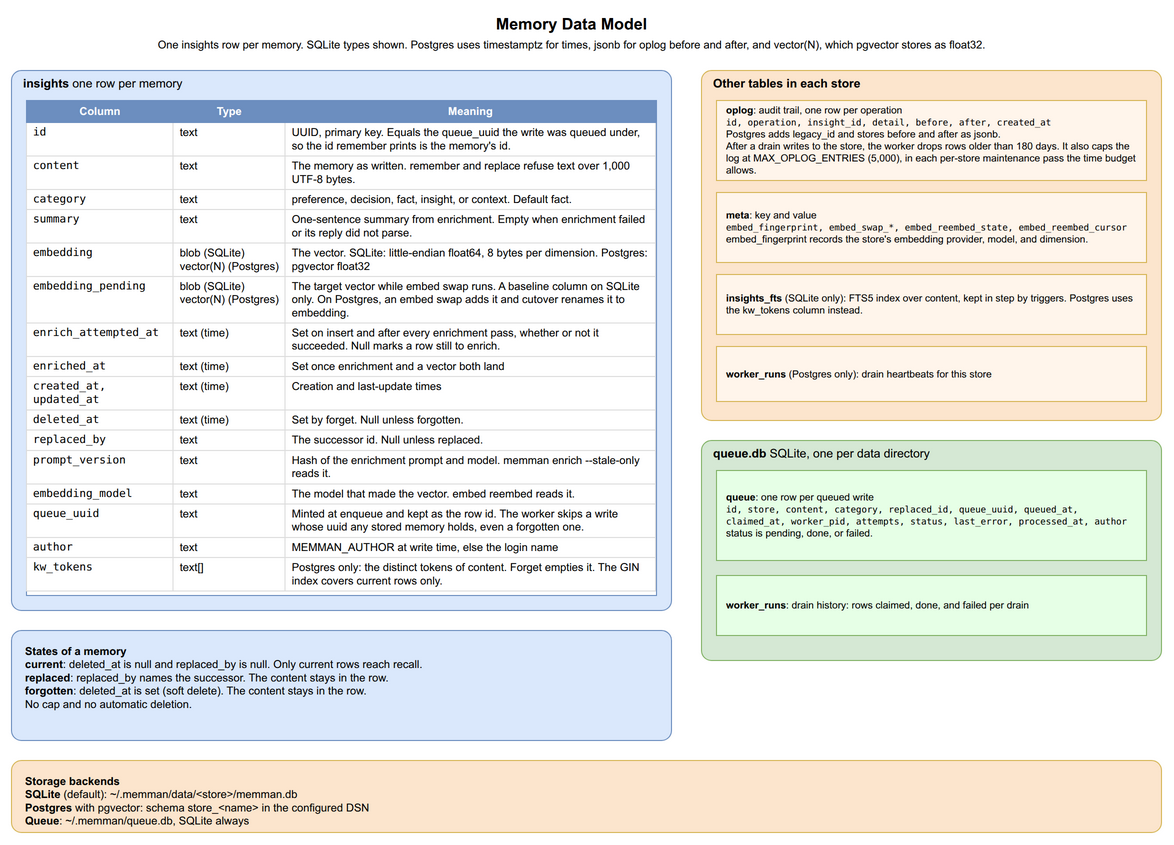
Above: docs/diagrams/03-insight-datamodel.drawio.png in bissli/memman (draw.io), before the change. Source tidied: cells renumbered, new cells last; positions are measured from the earlier drawing's top-left corner, leaving out a move shared by most shapes.
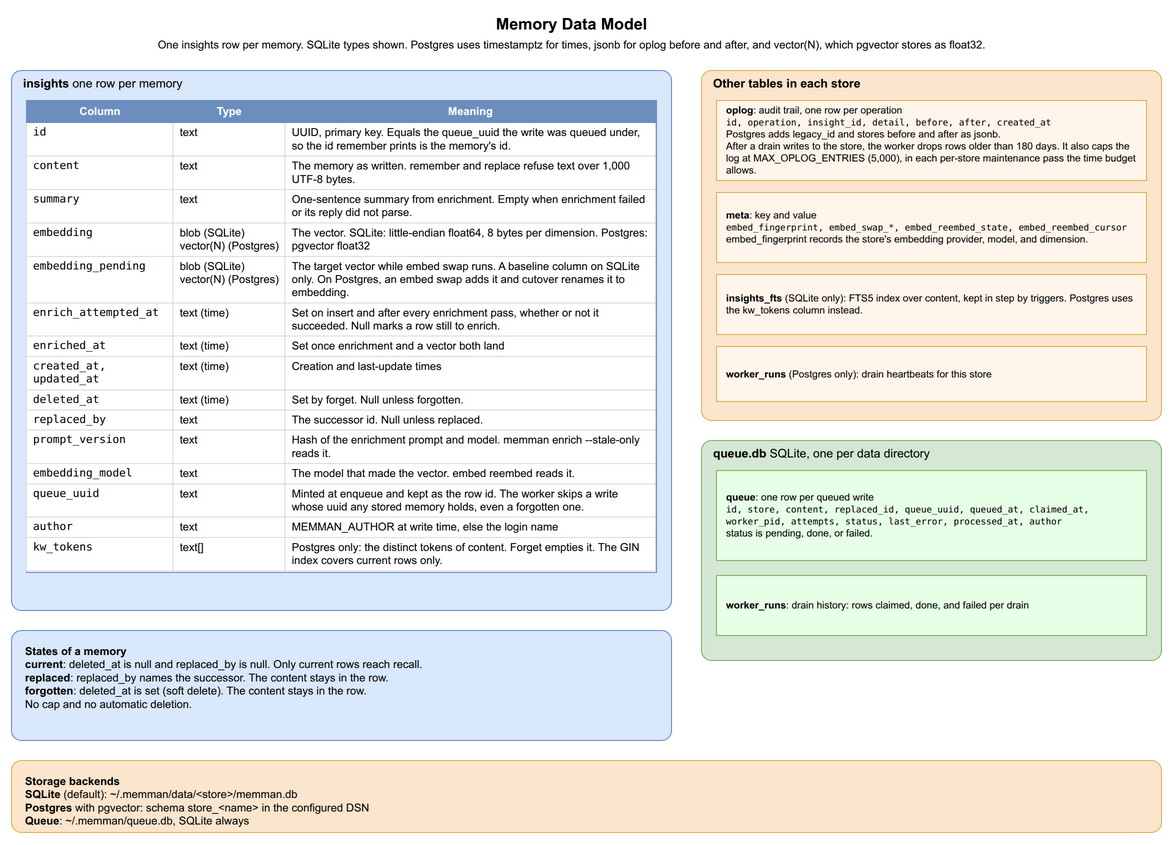
The same diagram one commit later.

Commit message:
Clean up after the category removal and delete the experiments tree

What changed in the source:
```diff
@@ -8,8 +8,8 @@
     <mxCell id="3" value="&lt;b&gt;insights&lt;/b&gt;  one row per memory" style="rounded=1;absoluteArcSize=1;arcSize=20;whiteSpace=wrap;html=1;fillColor=#dae8fc;strokeColor=#6c8ebf;verticalAlign=top;align=left;spacingLeft=10;fontSize=12;" parent="1" vertex="1">
       <mxGeometry y="60" width="660" height="540" as="geometry" />
     </mxCell>
-    <mxCell id="4" value="&lt;table style=&quot;font-size:11px; border-collapse:collapse; width:100%&quot;&gt;&lt;tr style=&quot;background:#6c8ebf; color:white; font-weight:bold;&quot;&gt;&lt;td style=&quot;padding:4px 6px; border:1px solid #6c8ebf;&quot;&gt;Column&lt;/td&gt;&lt;td style=&quot;padding:4px 6px; border:1px solid #6c8ebf;&quot;&gt;Type&lt;/td&gt;&lt;td style=&quot;padding:4px 6px; border:1px solid #6c8ebf;&quot;&gt;Meaning&lt;/td&gt;&lt;/tr&gt;&lt;tr&gt;&lt;td style=&quot;padding:3px 6px; border:1px solid #ddd; vertical-align:top; text-align:left; font-family:monospace;&quot;&gt;id&lt;/td&gt;&lt;td style=&quot;padding:3px 6px; border:1px solid #ddd; vertical-align:top; text-align:left; white-space:nowrap;&quot;&gt;text&lt;/td&gt;&lt;td style=&quot;padding:3px 6px; border:1px solid #ddd; vertical-align:top; text-align:left;&quot;&gt;UUID, primary key. Equals the queue_uuid the write was queued under, so the id remember prints is the memory's id.&lt;/td&gt;&lt;/tr&gt;&lt;tr&gt;&lt;td style=&quot;padding:3px 6px; border:1px solid #ddd; vertical-align:top; text-align:left; font-family:monospace;&quot;&gt;content&lt;/td&gt;&lt;td style=&quot;padding:3px 6px; border:1px solid #ddd; vertical-align:top; text-align:left; white-space:nowrap;&quot;&gt;text&lt;/td&gt;&lt;td style=&quot;padding:3px 6px; border:1px solid #ddd; vertical-align:top; text-align:left;&quot;&gt;The memory as written. remember and replace refuse text over 1,000 UTF-8 bytes.&lt;/td&gt;&lt;/tr&gt;&lt;tr&gt;&lt;td style=&quot;padding:3px 6px; border:1px solid #ddd; vertical-align:top; text-align:left; font-family:monospace;&quot;&gt;category&lt;/td&gt;&lt;td style=&quot;padding:3px 6px; border:1px solid #ddd; vertical-align:top; text-align:left; white-space:nowrap;&quot;&gt;text&lt;/td&gt;&lt;td style=&quot;padding:3px 6px; border:1px solid #ddd; vertical-align:top; text-align:left;&quot;&gt;preference, decision, fact, insight, or context. Default fact.&lt;/td&gt;&lt;/tr&gt;&lt;tr&gt;&lt;td style=&quot;padding:3px 6px; border:1px solid #ddd; vertical-align:top; text-align:left; font-family:monospace;&quot;&gt;summary&lt;/td&gt;&lt;td style=&quot;padding:3px 6px; border:1px solid #ddd; vertical-align:top; text-align:left; white-space:nowrap;&quot;&gt;text&lt;/td&gt;&lt;td style=&quot;padding:3px 6px; border:1px solid #ddd; vertical-align:top; text-align:left;&quot;&gt;One-sentence summary from enrichment. Empty when enrichment failed or its reply did not parse.&lt;/td&gt;&lt;/tr&gt;&lt;tr&gt;&lt;td style=&quot;padding:3px 6px; border:1px solid #ddd; vertical-align:top; text-align:left; font-family:monospace;&quot;&gt;embedding&lt;/td&gt;&lt;td style=&quot;padding:3px 6px; border:1px solid #ddd; vertical-align:top; text-align:left; white-space:nowrap;&quot;&gt;blob (SQLite)&lt;br&gt;vector(N) (Postgres)&lt;/td&gt;&lt;td style=&quot;padding:3px 6px; border:1px solid #ddd; vertical-align:top; text-align:left;&quot;&gt;The vector. SQLite: little-endian float64, 8 bytes per dimension. Postgres: pgvector float32&lt;/td&gt;&lt;/tr&gt;&lt;tr&gt;&lt;td style=&quot;padding:3px 6px; border:1px solid #ddd; vertical-align:top; text-align:left; font-family:monospace;&quot;&gt;embedding_pending&lt;/td&gt;&lt;td style=&quot;padding:3px 6px; border:1px solid #ddd; vertical-align:top; text-align:left; white-space:nowrap;&quot;&gt;blob (SQLite)&lt;br&gt;vector(N) (Postgres)&lt;/td&gt;&lt;td style=&quot;padding:3px 6px; border:1px solid #ddd; vertical-align:top; text-align:left;&quot;&gt;The target vector while embed swap runs. A baseline column on SQLite only. On Postgres, an embed swap adds it and cutover renames it to embedding.&lt;/td&gt;&lt;/tr&gt;&lt;tr&gt;&lt;td style=&quot;padding:3px 6px; border:1px solid #ddd; vertical-align:top; text-align:left; font-family:monospace;&quot;&gt;enrich_attempted_at&lt;/td&gt;&lt;td style=&quot;padding:3px 6px; border:1px solid #ddd; vertical-align:top; text-align:left; white-space:nowrap;&quot;&gt;text (time)&lt;/td&gt;&lt;td style=&quot;padding:3px 6px; border:1px solid #ddd; vertical-align:top; text-align:left;&quot;&gt;Set on insert and after every enrichment pass, whether or not it succeeded. Null marks a row still to enrich.&lt;/td&gt;&lt;/tr&gt;&lt;tr&gt;&lt;td style=&quot;padding:3px 6px; border:1px solid #ddd; vertical-align:top; text-align:left; font-family:monospace;&quot;&gt;enriched_at&lt;/td&gt;&lt;td style=&quot;padding:3px 6px; border:1px solid #ddd; vertical-align:top; text-align:left; white-space:nowrap;&quot;&gt;text (time)&lt;/td&gt;&lt;td style=&quot;padding:3px 6px; border:1px solid #ddd; vertical-align:top; text-align:left;&quot;&gt;Set once enrichment and a vector both land&lt;/td&gt;&lt;/tr&gt;&lt;tr&gt;&lt;td style=&quot;padding:3px 6px; border:1px solid #ddd; vertical-align:top; text-align:left; font-family:monospace;&quot;&gt;created_at, updated_at&lt;/td&gt;&lt;td style=&quot;padding:3px 6px; border:1px solid #ddd; vertical-align:top; text-align:left; white-space:nowrap;&quot;&gt;text (time)&lt;/td&gt;&lt;td style=&quot;padding:3px 6px; border:1px solid #ddd; vertical-align:top; text-align:left;&quot;&gt;Creation and last-update times&lt;/td&gt;&lt;/tr&gt;&lt;tr&gt;&lt;td style=&quot;padding:3px 6px; border:1px solid #ddd; vertical-align:top; text-align:left; font-family:monospace;&quot;&gt;deleted_at&lt;/td&gt;&lt;td style=&quot;padding:3px 6px; border:1px solid #ddd; vertical-align:top; text-align:left; white-space:nowrap;&quot;&gt;text (time)&lt;/td&gt;&lt;td style=&quot;padding:3px 6px; border:1px solid #ddd; vertical-align:top; text-align:left;&quot;&gt;Set by forget. Null unless forgotten.&lt;/td&gt;&lt;/tr&gt;&lt;tr&gt;&lt;td style=&quot;padding:3px 6px; border:1px solid #ddd; vertical-align:top; text-align:left; font-family:monospace;&quot;&gt;replaced_by&lt;/td&gt;&lt;td style=&quot;padding:3px 6px; border:1px solid #ddd; vertical-align:top; text-align:left; white-space:nowrap;&quot;&gt;text&lt;/td&gt;&lt;td style=&quot;padding:3px 6px; border:1px solid #ddd; vertical-align:top; text-align:left;&quot;&gt;The successor id. Null unless replaced.&lt;/td&gt;&lt;/tr&gt;&lt;tr&gt;&lt;td style=&quot;padding:3px 6px; border:1px solid #ddd; vertical-align:top; text-align:left; font-family:monospace;&quot;&gt;prompt_version&lt;/td&gt;&lt;td style=&quot;padding:3px 6px; border:1px solid #ddd; vertical-align:top; text-align:left; white-space:nowrap;&quot;&gt;text&lt;/td&gt;&lt;td style=&quot;padding:3px 6px; border:1px solid #ddd; vertical-align:top; text-align:left;&quot;&gt;Hash of the enrichment prompt and model. memman enrich --stale-only reads it.&lt;/td&gt;&lt;/tr&gt;&lt;tr&gt;&lt;td style=&quot;padding:3px 6px; border:1px solid #ddd; vertical-align:top; text-align:left; font-family:monospace;&quot;&gt;embedding_model&lt;/td&gt;&lt;td style=&quot;padding:3px 6px; border:1px solid #ddd; vertical-align:top; text-align:left; white-space:nowrap;&quot;&gt;text&lt;/td&gt;&lt;td style=&quot;padding:3px 6px; border:1px solid #ddd; vertical-align:top; text-align:left;&quot;&gt;The model that made the vector. embed reembed reads it.&lt;/td&gt;&lt;/tr&gt;&lt;tr&gt;&lt;td style=&quot;padding:3px 6px; border:1px solid #ddd; vertical-align:top; text-align:left; font-family:monospace;&quot;&gt;queue_uuid&lt;/td&gt;&lt;td style=&quot;padding:3px 6px; border:1px solid #ddd; vertical-align:top; text-align:left; white-space:nowrap;&quot;&gt;text&lt;/td&gt;&lt;td style=&quot;padding:3px 6px; border:1px solid #ddd; vertical-align:top; text-align:left;&quot;&gt;Minted at enqueue and kept as the row id. The worker skips a write whose uuid any stored memory holds, even a forgotten one.&lt;/td&gt;&lt;/tr&gt;&lt;tr&gt;&lt;td style=&quot;padding:3px 6px; border:1px solid #ddd; vertical-align:top; text-align:left; font-family:monospace;&quot;&gt;author&lt;/td&gt;&lt;td style=&quot;padding:3px 6px; border:1px solid #ddd; vertical-align:top; text-align:left; white-space:nowrap;&quot;&gt;text&lt;/td&gt;&lt;td style=&quot;padding:3px 6px; border:1px solid #ddd; vertical-align:top; text-align:left;&quot;&gt;MEMMAN_AUTHOR at write time, else the login name&lt;/td&gt;&lt;/tr&gt;&lt;tr&gt;&lt;td style=&quot;padding:3px 6px; border:1px solid #ddd; vertical-align:top; text-align:left; font-family:monospace;&quot;&gt;kw_tokens&lt;/td&gt;&lt;td style=&quot;padding:3px 6px; border:1px solid #ddd; vertical-align:top; text-align:left; white-space:nowrap;&quot;&gt;text[]&lt;/td&gt;&lt;td style=&quot;padding:3px 6px; border:1px solid #ddd; vertical-align:top; text-align:left;&quot;&gt;Postgres only: the distinct tokens of content. Forget empties it. The GIN index covers current rows only.&lt;/td&gt;&lt;/tr&gt;&lt;/table&gt;" style="rounded=0;whiteSpace=wrap;html=1;overflow=fill;fillColor=#ffffff;strokeColor=#6c8ebf;verticalAlign=top;" parent="1" vertex="1">
-      <mxGeometry x="15" y="90" width="630" height="495" as="geometry" />
+    <mxCell id="4" value="&lt;table style=&quot;font-size:11px; border-collapse:collapse; width:100%&quot;&gt;&lt;tr style=&quot;background:#6c8ebf; color:white; font-weight:bold;&quot;&gt;&lt;td style=&quot;padding:4px 6px; border:1px solid #6c8ebf;&quot;&gt;Column&lt;/td&gt;&lt;td style=&quot;padding:4px 6px; border:1px solid #6c8ebf;&quot;&gt;Type&lt;/td&gt;&lt;td style=&quot;padding:4px 6px; border:1px solid #6c8ebf;&quot;&gt;Meaning&lt;/td&gt;&lt;/tr&gt;&lt;tr&gt;&lt;td style=&quot;padding:3px 6px; border:1px solid #ddd; vertical-align:top; text-align:left; font-family:monospace;&quot;&gt;id&lt;/td&gt;&lt;td style=&quot;padding:3px 6px; border:1px solid #ddd; vertical-align:top; text-align:left; white-space:nowrap;&quot;&gt;text&lt;/td&gt;&lt;td style=&quot;padding:3px 6px; border:1px solid #ddd; vertical-align:top; text-align:left;&quot;&gt;UUID, primary key. Equals the queue_uuid the write was queued under, so the id remember prints is the memory's id.&lt;/td&gt;&lt;/tr&gt;&lt;tr&gt;&lt;td style=&quot;padding:3px 6px; border:1px solid #ddd; vertical-align:top; text-align:left; font-family:monospace;&quot;&gt;content&lt;/td&gt;&lt;td style=&quot;padding:3px 6px; border:1px solid #ddd; vertical-align:top; text-align:left; white-space:nowrap;&quot;&gt;text&lt;/td&gt;&lt;td style=&quot;padding:3px 6px; border:1px solid #ddd; vertical-align:top; text-align:left;&quot;&gt;The memory as written. remember and replace refuse text over 1,000 UTF-8 bytes.&lt;/td&gt;&lt;/tr&gt;&lt;tr&gt;&lt;td style=&quot;padding:3px 6px; border:1px solid #ddd; vertical-align:top; text-align:left; font-family:monospace;&quot;&gt;summary&lt;/td&gt;&lt;td style=&quot;padding:3px 6px; border:1px solid #ddd; vertical-align:top; text-align:left; white-space:nowrap;&quot;&gt;text&lt;/td&gt;&lt;td style=&quot;padding:3px 6px; border:1px solid #ddd; vertical-align:top; text-align:left;&quot;&gt;One-sentence summary from enrichment. Empty when enrichment failed or its reply did not parse.&lt;/td&gt;&lt;/tr&gt;&lt;tr&gt;&lt;td style=&quot;padding:3px 6px; border:1px solid #ddd; vertical-align:top; text-align:left; font-family:monospace;&quot;&gt;embedding&lt;/td&gt;&lt;td style=&quot;padding:3px 6px; border:1px solid #ddd; vertical-align:top; text-align:left; white-space:nowrap;&quot;&gt;blob (SQLite)&lt;br&gt;vector(N) (Postgres)&lt;/td&gt;&lt;td style=&quot;padding:3px 6px; border:1px solid #ddd; vertical-align:top; text-align:left;&quot;&gt;The vector. SQLite: little-endian float64, 8 bytes per dimension. Postgres: pgvector float32&lt;/td&gt;&lt;/tr&gt;&lt;tr&gt;&lt;td style=&quot;padding:3px 6px; border:1px solid #ddd; vertical-align:top; text-align:left; font-family:monospace;&quot;&gt;embedding_pending&lt;/td&gt;&lt;td style=&quot;padding:3px 6px; border:1px solid #ddd; vertical-align:top; text-align:left; white-space:nowrap;&quot;&gt;blob (SQLite)&lt;br&gt;vector(N) (Postgres)&lt;/td&gt;&lt;td style=&quot;padding:3px 6px; border:1px solid #ddd; vertical-align:top; text-align:left;&quot;&gt;The target vector while embed swap runs. A baseline column on SQLite only. On Postgres, an embed swap adds it and cutover renames it to embedding.&lt;/td&gt;&lt;/tr&gt;&lt;tr&gt;&lt;td style=&quot;padding:3px 6px; border:1px solid #ddd; vertical-align:top; text-align:left; font-family:monospace;&quot;&gt;enrich_attempted_at&lt;/td&gt;&lt;td style=&quot;padding:3px 6px; border:1px solid #ddd; vertical-align:top; text-align:left; white-space:nowrap;&quot;&gt;text (time)&lt;/td&gt;&lt;td style=&quot;padding:3px 6px; border:1px solid #ddd; vertical-align:top; text-align:left;&quot;&gt;Set on insert and after every enrichment pass, whether or not it succeeded. Null marks a row still to enrich.&lt;/td&gt;&lt;/tr&gt;&lt;tr&gt;&lt;td style=&quot;padding:3px 6px; border:1px solid #ddd; vertical-align:top; text-align:left; font-family:monospace;&quot;&gt;enriched_at&lt;/td&gt;&lt;td style=&quot;padding:3px 6px; border:1px solid #ddd; vertical-align:top; text-align:left; white-space:nowrap;&quot;&gt;text (time)&lt;/td&gt;&lt;td style=&quot;padding:3px 6px; border:1px solid #ddd; vertical-align:top; text-align:left;&quot;&gt;Set once enrichment and a vector both land&lt;/td&gt;&lt;/tr&gt;&lt;tr&gt;&lt;td style=&quot;padding:3px 6px; border:1px solid #ddd; vertical-align:top; text-align:left; font-family:monospace;&quot;&gt;created_at, updated_at&lt;/td&gt;&lt;td style=&quot;padding:3px 6px; border:1px solid #ddd; vertical-align:top; text-align:left; white-space:nowrap;&quot;&gt;text (time)&lt;/td&gt;&lt;td style=&quot;padding:3px 6px; border:1px solid #ddd; vertical-align:top; text-align:left;&quot;&gt;Creation and last-update times&lt;/td&gt;&lt;/tr&gt;&lt;tr&gt;&lt;td style=&quot;padding:3px 6px; border:1px solid #ddd; vertical-align:top; text-align:left; font-family:monospace;&quot;&gt;deleted_at&lt;/td&gt;&lt;td style=&quot;padding:3px 6px; border:1px solid #ddd; vertical-align:top; text-align:left; white-space:nowrap;&quot;&gt;text (time)&lt;/td&gt;&lt;td style=&quot;padding:3px 6px; border:1px solid #ddd; vertical-align:top; text-align:left;&quot;&gt;Set by forget. Null unless forgotten.&lt;/td&gt;&lt;/tr&gt;&lt;tr&gt;&lt;td style=&quot;padding:3px 6px; border:1px solid #ddd; vertical-align:top; text-align:left; font-family:monospace;&quot;&gt;replaced_by&lt;/td&gt;&lt;td style=&quot;padding:3px 6px; border:1px solid #ddd; vertical-align:top; text-align:left; white-space:nowrap;&quot;&gt;text&lt;/td&gt;&lt;td style=&quot;padding:3px 6px; border:1px solid #ddd; vertical-align:top; text-align:left;&quot;&gt;The successor id. Null unless replaced.&lt;/td&gt;&lt;/tr&gt;&lt;tr&gt;&lt;td style=&quot;padding:3px 6px; border:1px solid #ddd; vertical-align:top; text-align:left; font-family:monospace;&quot;&gt;prompt_version&lt;/td&gt;&lt;td style=&quot;padding:3px 6px; border:1px solid #ddd; vertical-align:top; text-align:left; white-space:nowrap;&quot;&gt;text&lt;/td&gt;&lt;td style=&quot;padding:3px 6px; border:1px solid #ddd; vertical-align:top; text-align:left;&quot;&gt;Hash of the enrichment prompt and model. memman enrich --stale-only reads it.&lt;/td&gt;&lt;/tr&gt;&lt;tr&gt;&lt;td style=&quot;padding:3px 6px; border:1px solid #ddd; vertical-align:top; text-align:left; font-family:monospace;&quot;&gt;embedding_model&lt;/td&gt;&lt;td style=&quot;padding:3px 6px; border:1px solid #ddd; vertical-align:top; text-align:left; white-space:nowrap;&quot;&gt;text&lt;/td&gt;&lt;td style=&quot;padding:3px 6px; border:1px solid #ddd; vertical-align:top; text-align:left;&quot;&gt;The model that made the vector. embed reembed reads it.&lt;/td&gt;&lt;/tr&gt;&lt;tr&gt;&lt;td style=&quot;padding:3px 6px; border:1px solid #ddd; vertical-align:top; text-align:left; font-family:monospace;&quot;&gt;queue_uuid&lt;/td&gt;&lt;td style=&quot;padding:3px 6px; border:1px solid #ddd; vertical-align:top; text-align:left; white-space:nowrap;&quot;&gt;text&lt;/td&gt;&lt;td style=&quot;padding:3px 6px; border:1px solid #ddd; vertical-align:top; text-align:left;&quot;&gt;Minted at enqueue and kept as the row id. The worker skips a write whose uuid any stored memory holds, even a forgotten one.&lt;/td&gt;&lt;/tr&gt;&lt;tr&gt;&lt;td style=&quot;padding:3px 6px; border:1px solid #ddd; vertical-align:top; text-align:left; font-family:monospace;&quot;&gt;author&lt;/td&gt;&lt;td style=&quot;padding:3px 6px; border:1px solid #ddd; vertical-align:top; text-align:left; white-space:nowrap;&quot;&gt;text&lt;/td&gt;&lt;td style=&quot;padding:3px 6px; border:1px solid #ddd; vertical-align:top; text-align:left;&quot;&gt;MEMMAN_AUTHOR at write time, else the login name&lt;/td&gt;&lt;/tr&gt;&lt;tr&gt;&lt;td style=&quot;padding:3px 6px; border:1px solid #ddd; vertical-align:top; text-align:left; font-family:monospace;&quot;&gt;kw_tokens&lt;/td&gt;&lt;td style=&quot;padding:3px 6px; border:1px solid #ddd; vertical-align:top; text-align:left; white-space:nowrap;&quot;&gt;text[]&lt;/td&gt;&lt;td style=&quot;padding:3px 6px; border:1px solid #ddd; vertical-align:top; text-align:left;&quot;&gt;Postgres only: the distinct tokens of content. Forget empties it. The GIN index covers current rows only.&lt;/td&gt;&lt;/tr&gt;&lt;/table&gt;" style="rounded=0;whiteSpace=wrap;html=1;overflow=fill;fillColor=#ffffff;strokeColor=#6c8ebf;verticalAlign=top;" parent="1" vertex="1">
+      <mxGeometry x="15" y="90" width="630" height="472" as="geometry" />
     </mxCell>
     <mxCell id="5" value="&lt;b&gt;States of a memory&lt;/b&gt;&lt;br&gt;&lt;b&gt;current&lt;/b&gt;: deleted_at is null and replaced_by is null. Only current rows reach recall.&lt;br&gt;&lt;b&gt;replaced&lt;/b&gt;: replaced_by names the successor. The content stays in the row.&lt;br&gt;&lt;b&gt;forgotten&lt;/b&gt;: deleted_at is set (soft delete). The content stays in the row.&lt;br&gt;No cap and no automatic deletion." style="rounded=1;absoluteArcSize=1;arcSize=20;whiteSpace=wrap;html=1;fillColor=#dae8fc;strokeColor=#6c8ebf;fontSize=11;verticalAlign=top;align=left;spacingLeft=12;spacingTop=8;" parent="1" vertex="1">
       <mxGeometry y="620" width="660" height="110" as="geometry" />
@@ -32,7 +32,7 @@
     <mxCell id="11" value="&lt;b&gt;queue.db&lt;/b&gt;  SQLite, one per data directory" style="rounded=1;whiteSpace=wrap;html=1;fillColor=#d5e8d4;strokeColor=#82b366;verticalAlign=top;absoluteArcSize=1;arcSize=20;align=left;spacingLeft=10;fontSize=12;" parent="1" vertex="1">
       <mxGeometry x="690" y="430" width="460" height="220" as="geometry" />
     </mxCell>
-    <mxCell id="12" value="&lt;b&gt;queue&lt;/b&gt;: one row per queued write&lt;br&gt;&lt;font style=&quot;font-family:monospace;font-size:9px&quot;&gt;id, store, content, category, replaced_id, queue_uuid, queued_at, claimed_at, worker_pid, attempts, status, last_error, processed_at, author&lt;/font&gt;&lt;br&gt;status is pending, done, or failed." style="rounded=0;whiteSpace=wrap;html=1;fillColor=#E6FFE6;strokeColor=#82b366;fontSize=10;align=left;spacingLeft=8;spacingRight=8;" parent="1" vertex="1">
+    <mxCell id="12" value="&lt;b&gt;queue&lt;/b&gt;: one row per queued write&lt;br&gt;&lt;font style=&quot;font-family:monospace;font-size:9px&quot;&gt;id, store, content, replaced_id, queue_uuid, queued_at, claimed_at, worker_pid, attempts, status, last_error, processed_at, author&lt;/font&gt;&lt;br&gt;status is pending, done, or failed." style="rounded=0;whiteSpace=wrap;html=1;fillColor=#E6FFE6;strokeColor=#82b366;fontSize=10;align=left;spacingLeft=8;spacingRight=8;" parent="1" vertex="1">
       <mxGeometry x="705" y="460" width="430" height="90" as="geometry" />
     </mxCell>
     <mxCell id="13" value="&lt;b&gt;worker_runs&lt;/b&gt;: drain history: rows claimed, done, and failed per drain" style="rounded=0;whiteSpace=wrap;html=1;fillColor=#E6FFE6;strokeColor=#82b366;fontSize=10;align=left;spacingLeft=8;spacingRight=8;" parent="1" vertex="1">
```
